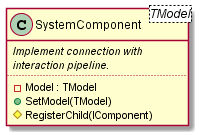
Earlier version of the PlantUML export docs/diagrams/component-system.png (akobr/blazor.widgetised). Its diagram source:
```plantuml
@startuml component-system

class SystemComponent<TModel> {
    <i>Implement connection with</i>
    <i>interaction pipeline.</i>
    ..
    -Model : TModel
    +SetModel(TModel)
    #RegisterChild(IComponent)
}

@enduml
```
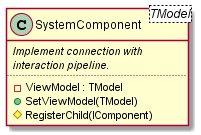
Later version of the same file.

Change to the diagram source:
```diff
@@ -4,8 +4,8 @@
     <i>Implement connection with</i>
     <i>interaction pipeline.</i>
     ..
-    -Model : TModel
-    +SetModel(TModel)
+    -ViewModel : TModel
+    +SetViewModel(TModel)
     #RegisterChild(IComponent)
 }
 
```
